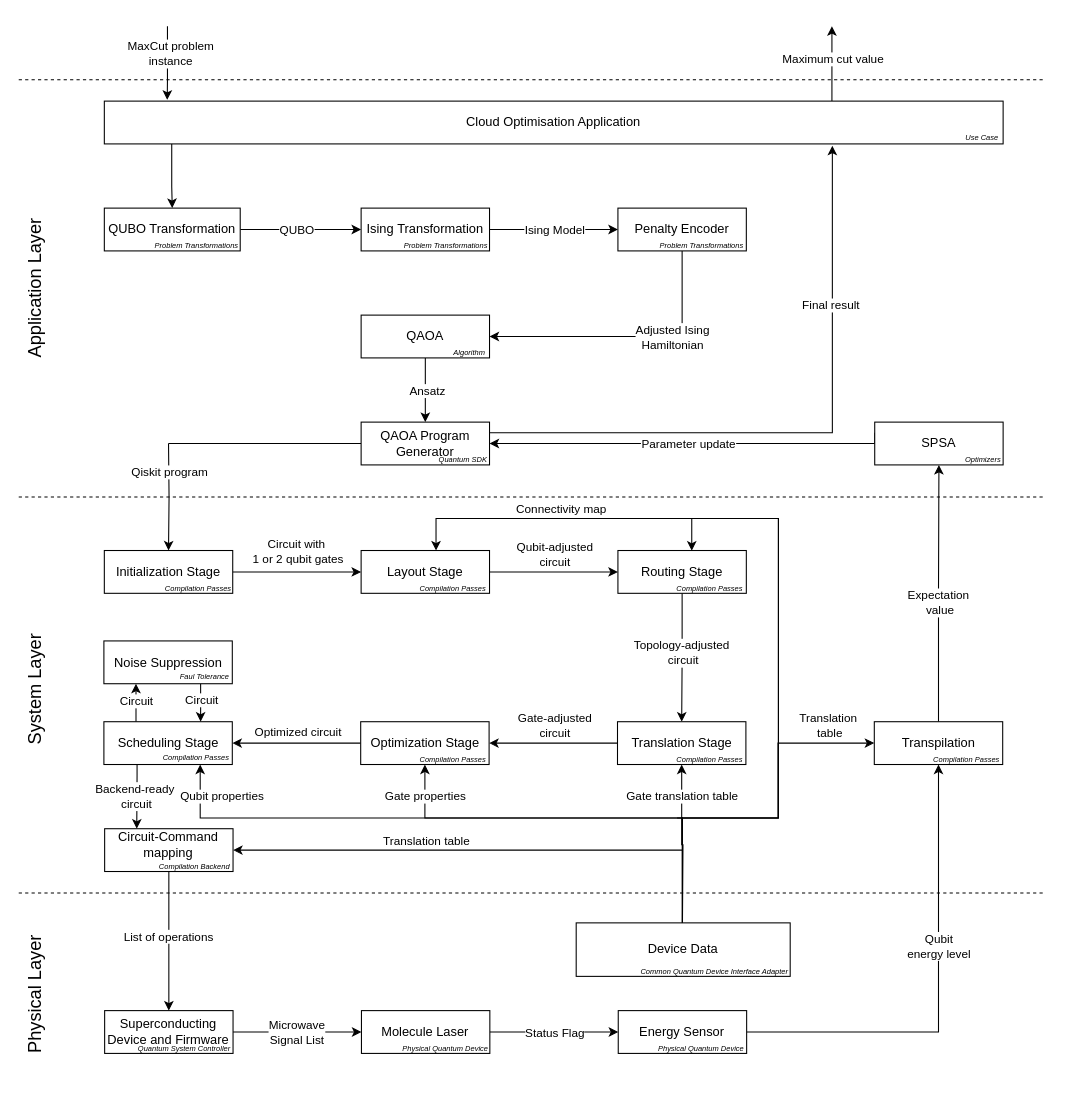
FullStaQD/architecture keeps this draw.io diagram as page "scenario2" (2 of 4) of docs/scenario-based-analysis/images/scenarios.drawio. Above is the earlier version. Source tidied: cells renumbered, new cells numbered last; positions are measured from the earlier drawing's top-left corner, leaving out a move shared by most shapes. Both pictures are drawn from the tidied source at 107%, with x=0, y=0 at pixel (-57, 26).
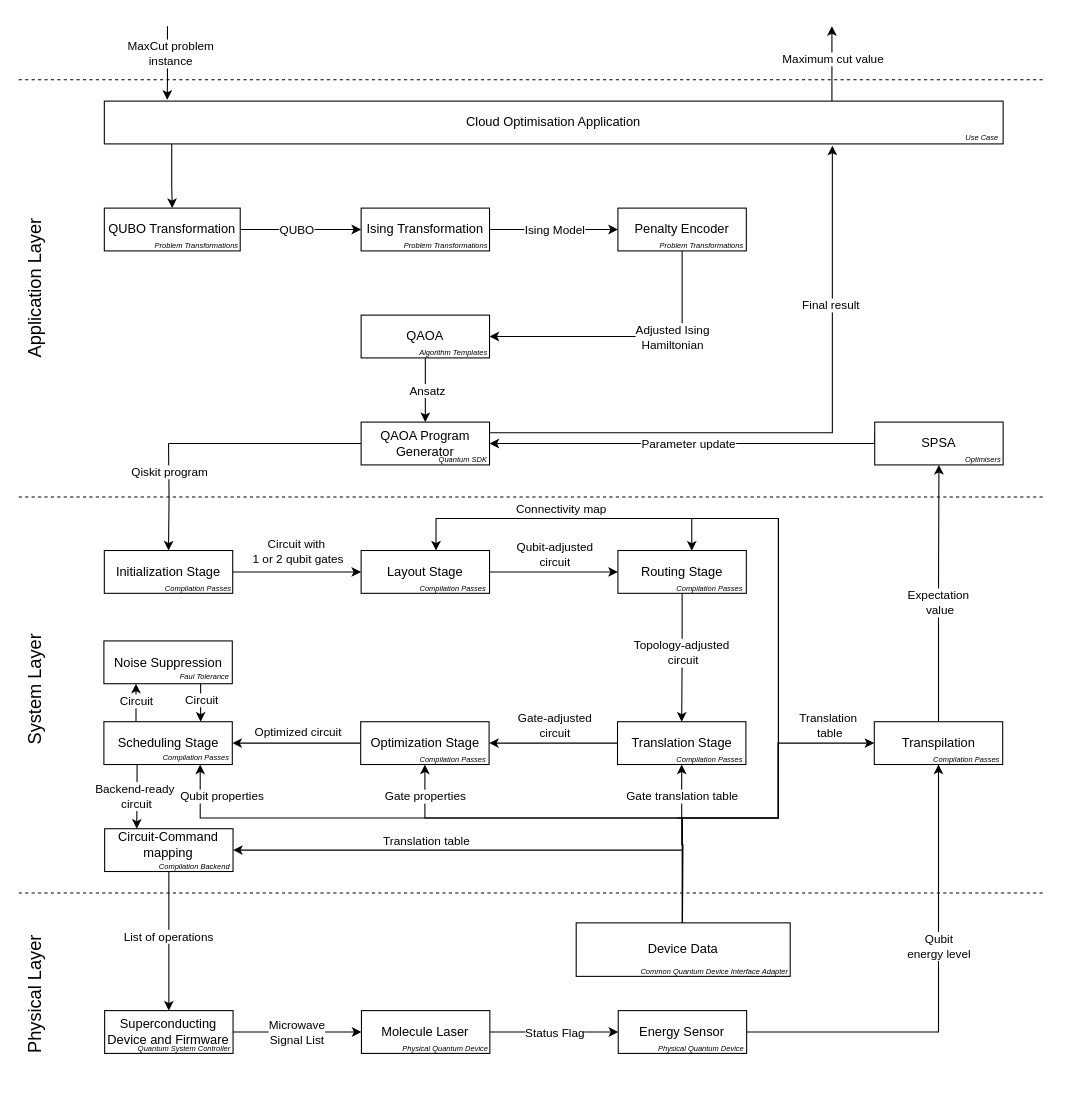
Above is the later version.

Diff of the diagram source:
```diff
@@
-    <mxCell id="89" value="&lt;i&gt;&lt;font style=&quot;font-size: 7px;&quot;&gt;Algorithm&lt;/font&gt;&lt;/i&gt;" style="text;html=1;whiteSpace=wrap;strokeColor=none;fillColor=none;align=center;verticalAlign=middle;rounded=0;" parent="1" vertex="1">
-      <mxGeometry x="434" y="296" width="114.7" height="16" as="geometry" />
+    <mxCell id="89" value="&lt;i&gt;&lt;font style=&quot;font-size: 7px;&quot;&gt;Algorithm Templates&lt;/font&gt;&lt;/i&gt;" style="text;html=1;whiteSpace=wrap;strokeColor=none;fillColor=none;align=center;verticalAlign=middle;rounded=0;" parent="1" vertex="1">
+      <mxGeometry x="419" y="296" width="114.7" height="16" as="geometry" />
     </mxCell>
@@
-    <mxCell id="91" value="&lt;i&gt;&lt;font style=&quot;font-size: 7px;&quot;&gt;Optimizers&lt;/font&gt;&lt;/i&gt;" style="text;html=1;whiteSpace=wrap;strokeColor=none;fillColor=none;align=center;verticalAlign=middle;rounded=0;" parent="1" vertex="1">
+    <mxCell id="91" value="&lt;i&gt;&lt;font style=&quot;font-size: 7px;&quot;&gt;Optimisers&lt;/font&gt;&lt;/i&gt;" style="text;html=1;whiteSpace=wrap;strokeColor=none;fillColor=none;align=center;verticalAlign=middle;rounded=0;" parent="1" vertex="1">
       <mxGeometry x="914.1" y="396" width="114.7" height="16" as="geometry" />
     </mxCell>
```
